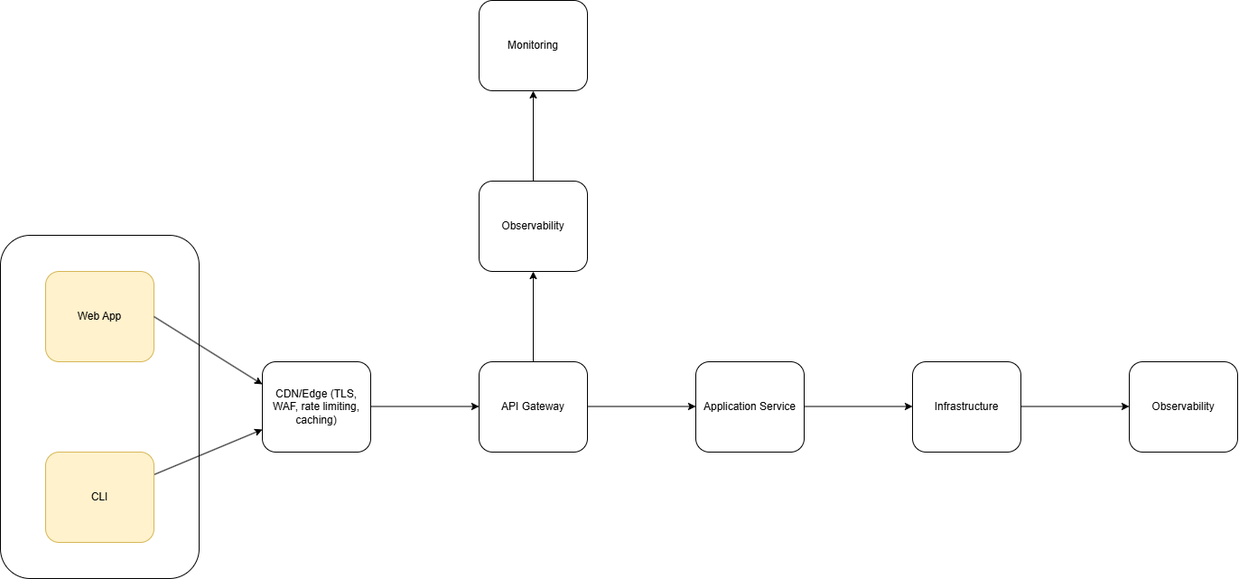
jsfmu/floor-decor-agent keeps this draw.io diagram as fnd-agent-local/docs/architecture/HLD/HLD.drawio.png. Above is the earlier version. Source tidied: cells renumbered, new cells last; positions are measured from the earlier drawing's top-left corner, leaving out a move shared by most shapes.
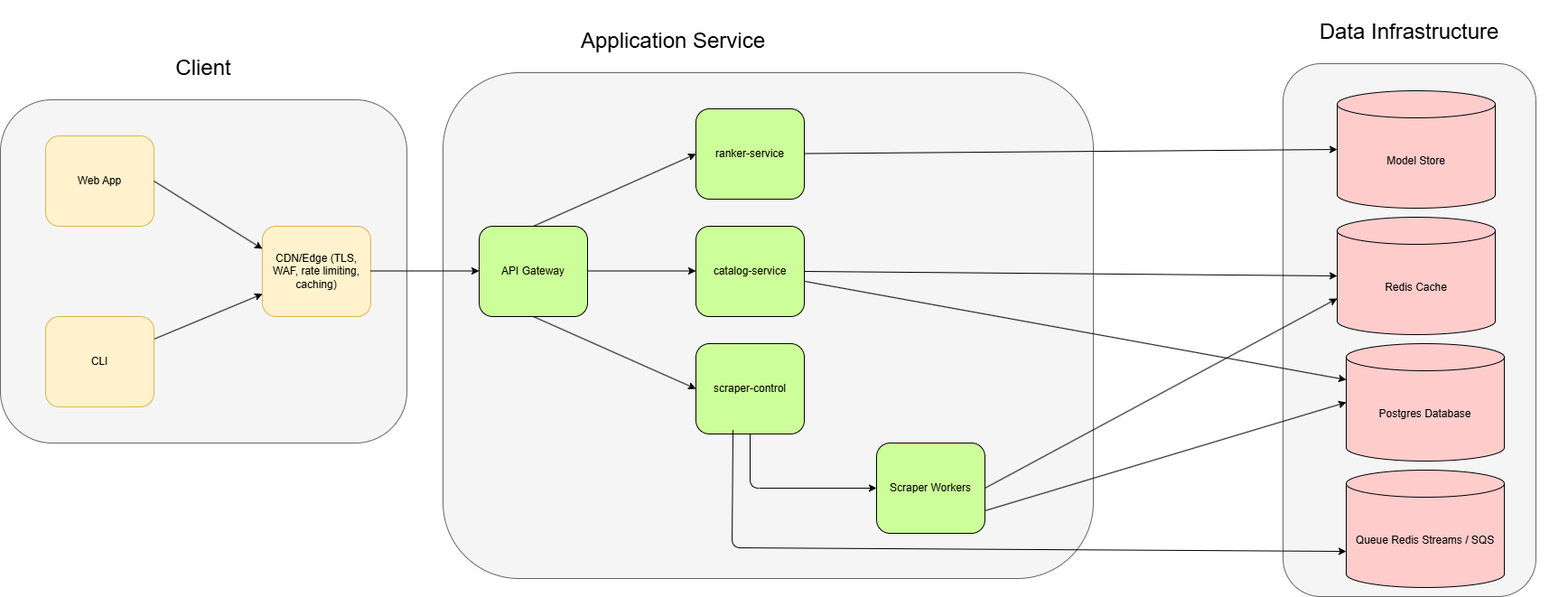
After the commit.

Commit message:
Updated HLD with proper Application Service and Data Infrastructure

What changed in the source:
```diff
@@ -2,8 +2,14 @@
   <root>
     <mxCell id="0" />
     <mxCell id="1" parent="0" />
+    <mxCell id="20" style="rounded=1;whiteSpace=wrap;html=1;fillColor=#f5f5f5;strokeColor=#666666;fontColor=#333333;" parent="1" vertex="1">
+      <mxGeometry x="1420" y="220" width="280" height="590" as="geometry" />
+    </mxCell>
+    <mxCell id="21" style="rounded=1;whiteSpace=wrap;html=1;fillColor=#f5f5f5;strokeColor=#666666;fontColor=#333333;" parent="1" vertex="1">
+      <mxGeometry x="490" y="230" width="720" height="560" as="geometry" />
+    </mxCell>
-    <mxCell id="2" style="rounded=1;whiteSpace=wrap;html=1;" parent="1" vertex="1">
-      <mxGeometry y="260" width="220" height="380" as="geometry" />
+    <mxCell id="2" style="rounded=1;whiteSpace=wrap;html=1;fillColor=#f5f5f5;strokeColor=#666666;fontColor=#333333;" parent="1" vertex="1">
+      <mxGeometry y="260" width="450" height="380" as="geometry" />
     </mxCell>
     <mxCell id="3" value="Web App" style="rounded=1;whiteSpace=wrap;html=1;fillColor=#fff2cc;strokeColor=#d6b656;" parent="1" vertex="1">
       <mxGeometry x="50" y="300" width="120" height="100" as="geometry" />
@@ -11,7 +17,7 @@
     <mxCell id="4" style="endArrow=classic;html=1;exitX=1;exitY=0.5;exitDx=0;exitDy=0;entryX=0;entryY=0.25;entryDx=0;entryDy=0;" parent="1" edge="1" source="3" target="5">
       <mxGeometry relative="1" as="geometry" />
     </mxCell>
-    <mxCell id="5" value="CDN/Edge (TLS, WAF, rate limiting, caching)" style="rounded=1;whiteSpace=wrap;html=1;" parent="1" vertex="1">
+    <mxCell id="5" value="CDN/Edge (TLS, WAF, rate limiting, caching)" style="rounded=1;whiteSpace=wrap;html=1;fillColor=#fff2cc;strokeColor=#d6b656;" parent="1" vertex="1">
       <mxGeometry x="290" y="400" width="120" height="100" as="geometry" />
     </mxCell>
     <mxCell id="6" style="endArrow=classic;html=1;exitX=1;exitY=0.5;exitDx=0;exitDy=0;" parent="1" edge="1">
@@ -20,7 +26,13 @@
         <mxPoint x="530" y="449.5" as="targetPoint" />
       </mxGeometry>
     </mxCell>
+    <mxCell id="22" style="edgeStyle=none;html=1;exitX=0.5;exitY=0;exitDx=0;exitDy=0;entryX=0;entryY=0.5;entryDx=0;entryDy=0;" parent="1" edge="1" source="7" target="27">
+      <mxGeometry relative="1" as="geometry" />
+    </mxCell>
+    <mxCell id="23" style="edgeStyle=none;html=1;exitX=0.5;exitY=1;exitDx=0;exitDy=0;entryX=0;entryY=0.5;entryDx=0;entryDy=0;" parent="1" edge="1" source="7" target="26">
+      <mxGeometry relative="1" as="geometry" />
+    </mxCell>
-    <mxCell id="7" value="API Gateway" style="rounded=1;whiteSpace=wrap;html=1;" parent="1" vertex="1">
+    <mxCell id="7" value="API Gateway" style="rounded=1;whiteSpace=wrap;html=1;fillColor=#CCFF99;" parent="1" vertex="1">
       <mxGeometry x="530" y="400" width="120" height="100" as="geometry" />
     </mxCell>
     <mxCell id="8" style="endArrow=classic;html=1;exitX=1;exitY=0.5;exitDx=0;exitDy=0;" parent="1" edge="1">
@@ -29,46 +41,74 @@
         <mxPoint x="770" y="449.5" as="targetPoint" />
       </mxGeometry>
     </mxCell>
-    <mxCell id="9" value="Application Service" style="rounded=1;whiteSpace=wrap;html=1;" parent="1" vertex="1">
+    <mxCell id="9" value="catalog-service" style="rounded=1;whiteSpace=wrap;html=1;fillColor=#CCFF99;" parent="1" vertex="1">
       <mxGeometry x="770" y="400" width="120" height="100" as="geometry" />
     </mxCell>
-    <mxCell id="10" style="endArrow=classic;html=1;exitX=1;exitY=0.5;exitDx=0;exitDy=0;" parent="1" edge="1">
-      <mxGeometry relative="1" as="geometry">
-        <mxPoint x="890" y="449.5" as="sourcePoint" />
-        <mxPoint x="1010" y="449.5" as="targetPoint" />
-      </mxGeometry>
-    </mxCell>
-    <mxCell id="11" value="Infrastructure" style="rounded=1;whiteSpace=wrap;html=1;" parent="1" vertex="1">
-      <mxGeometry x="1010" y="400" width="120" height="100" as="geometry" />
-    </mxCell>
-    <mxCell id="12" style="endArrow=classic;html=1;exitX=1;exitY=0.5;exitDx=0;exitDy=0;" parent="1" edge="1">
-      <mxGeometry relative="1" as="geometry">
-        <mxPoint x="1130" y="449.5" as="sourcePoint" />
-        <mxPoint x="1250" y="449.5" as="targetPoint" />
-      </mxGeometry>
-    </mxCell>
-    <mxCell id="13" value="Observability" style="rounded=1;whiteSpace=wrap;html=1;" parent="1" vertex="1">
-      <mxGeometry x="1250" y="400" width="120" height="100" as="geometry" />
-    </mxCell>
-    <mxCell id="14" style="endArrow=classic;html=1;exitX=0.5;exitY=0;exitDx=0;exitDy=0;entryX=0.5;entryY=1;entryDx=0;entryDy=0;" parent="1" edge="1" source="7" target="15">
-      <mxGeometry relative="1" as="geometry" />
-    </mxCell>
-    <mxCell id="15" value="Observability" style="rounded=1;whiteSpace=wrap;html=1;" parent="1" vertex="1">
-      <mxGeometry x="530" y="200" width="120" height="100" as="geometry" />
-    </mxCell>
-    <mxCell id="16" style="endArrow=classic;html=1;exitX=0.5;exitY=0;exitDx=0;exitDy=0;entryX=0.5;entryY=1;entryDx=0;entryDy=0;" parent="1" edge="1" target="17">
-      <mxGeometry relative="1" as="geometry">
-        <mxPoint x="590" y="200" as="sourcePoint" />
-      </mxGeometry>
-    </mxCell>
-    <mxCell id="17" value="Monitoring" style="rounded=1;whiteSpace=wrap;html=1;" parent="1" vertex="1">
-      <mxGeometry x="530" width="120" height="100" as="geometry" />
-    </mxCell>
     <mxCell id="18" style="edgeStyle=none;html=1;entryX=0;entryY=0.75;entryDx=0;entryDy=0;" parent="1" edge="1" source="19" target="5">
       <mxGeometry relative="1" as="geometry" />
     </mxCell>
     <mxCell id="19" value="CLI" style="rounded=1;whiteSpace=wrap;html=1;fillColor=#fff2cc;strokeColor=#d6b656;" parent="1" vertex="1">
       <mxGeometry x="50" y="500" width="120" height="100" as="geometry" />
     </mxCell>
+    <mxCell id="24" value="&lt;font style=&quot;font-size: 24px;&quot;&gt;Client&lt;/font&gt;" style="text;html=1;align=center;verticalAlign=middle;whiteSpace=wrap;rounded=0;" parent="1" vertex="1">
+      <mxGeometry x="50" y="190" width="350" height="70" as="geometry" />
+    </mxCell>
+    <mxCell id="25" style="edgeStyle=none;html=1;exitX=0.5;exitY=1;exitDx=0;exitDy=0;entryX=0;entryY=0.5;entryDx=0;entryDy=0;" parent="1" edge="1" source="26" target="28">
+      <mxGeometry relative="1" as="geometry">
+        <Array as="points">
+          <mxPoint x="830" y="690" />
+        </Array>
+      </mxGeometry>
+    </mxCell>
+    <mxCell id="26" value="scraper-control" style="rounded=1;whiteSpace=wrap;html=1;fillColor=#CCFF99;" parent="1" vertex="1">
+      <mxGeometry x="770" y="530" width="120" height="100" as="geometry" />
+    </mxCell>
+    <mxCell id="27" value="ranker-service" style="rounded=1;whiteSpace=wrap;html=1;fillColor=#CCFF99;" parent="1" vertex="1">
+      <mxGeometry x="770" y="270" width="120" height="100" as="geometry" />
+    </mxCell>
+    <mxCell id="28" value="Scraper Workers" style="rounded=1;whiteSpace=wrap;html=1;fillColor=#CCFF99;" parent="1" vertex="1">
+      <mxGeometry x="970" y="640" width="120" height="100" as="geometry" />
+    </mxCell>
+    <mxCell id="29" value="&lt;span style=&quot;font-size: 24px;&quot;&gt;Application Service&lt;/span&gt;" style="text;html=1;align=center;verticalAlign=middle;whiteSpace=wrap;rounded=0;" parent="1" vertex="1">
+      <mxGeometry x="570" y="160" width="350" height="70" as="geometry" />
+    </mxCell>
+    <mxCell id="30" value="Model Store" style="shape=cylinder3;whiteSpace=wrap;html=1;boundedLbl=1;backgroundOutline=1;size=15;fillColor=#FFCCCC;" parent="1" vertex="1">
+      <mxGeometry x="1480" y="250" width="175" height="130" as="geometry" />
+    </mxCell>
+    <mxCell id="31" value="Redis Cache" style="shape=cylinder3;whiteSpace=wrap;html=1;boundedLbl=1;backgroundOutline=1;size=15;fillColor=#FFCCCC;" parent="1" vertex="1">
+      <mxGeometry x="1480" y="390" width="175" height="130" as="geometry" />
+    </mxCell>
+    <mxCell id="32" value="Postgres Database" style="shape=cylinder3;whiteSpace=wrap;html=1;boundedLbl=1;backgroundOutline=1;size=15;fillColor=#FFCCCC;" parent="1" vertex="1">
+      <mxGeometry x="1490" y="530" width="175" height="130" as="geometry" />
+    </mxCell>
+    <mxCell id="33" value="Queue Redis Streams / SQS" style="shape=cylinder3;whiteSpace=wrap;html=1;boundedLbl=1;backgroundOutline=1;size=15;fillColor=#FFCCCC;" parent="1" vertex="1">
+      <mxGeometry x="1490" y="670" width="175" height="130" as="geometry" />
+    </mxCell>
+    <mxCell id="34" style="edgeStyle=none;html=1;entryX=0;entryY=0.5;entryDx=0;entryDy=0;entryPerimeter=0;" parent="1" edge="1" source="27" target="30">
+      <mxGeometry relative="1" as="geometry" />
+    </mxCell>
+    <mxCell id="35" style="edgeStyle=none;html=1;exitX=1;exitY=0.5;exitDx=0;exitDy=0;entryX=0;entryY=0.5;entryDx=0;entryDy=0;entryPerimeter=0;" parent="1" edge="1" source="9" target="31">
+      <mxGeometry relative="1" as="geometry" />
+    </mxCell>
+    <mxCell id="36" style="edgeStyle=none;html=1;exitX=1;exitY=0.5;exitDx=0;exitDy=0;entryX=0;entryY=0;entryDx=0;entryDy=90;entryPerimeter=0;" parent="1" edge="1" source="28" target="31">
+      <mxGeometry relative="1" as="geometry" />
+    </mxCell>
+    <mxCell id="37" style="edgeStyle=none;html=1;entryX=0;entryY=0;entryDx=0;entryDy=90;entryPerimeter=0;exitX=0.342;exitY=0.997;exitDx=0;exitDy=0;exitPerimeter=0;" parent="1" edge="1" target="33">
+      <mxGeometry relative="1" as="geometry">
+        <mxPoint x="811" y="625.7" as="sourcePoint" />
+        <Array as="points">
+          <mxPoint x="810" y="756" />
+        </Array>
+      </mxGeometry>
+    </mxCell>
+    <mxCell id="38" style="edgeStyle=none;html=1;entryX=0;entryY=0;entryDx=0;entryDy=40;entryPerimeter=0;" parent="1" edge="1" source="9" target="32">
+      <mxGeometry relative="1" as="geometry" />
+    </mxCell>
+    <mxCell id="39" style="edgeStyle=none;html=1;entryX=0;entryY=0.5;entryDx=0;entryDy=0;entryPerimeter=0;exitX=1;exitY=0.75;exitDx=0;exitDy=0;" parent="1" edge="1" source="28" target="32">
+      <mxGeometry relative="1" as="geometry" />
+    </mxCell>
+    <mxCell id="40" value="&lt;span style=&quot;font-size: 24px;&quot;&gt;Data Infrastructure&lt;/span&gt;" style="text;html=1;align=center;verticalAlign=middle;whiteSpace=wrap;rounded=0;" parent="1" vertex="1">
+      <mxGeometry x="1385" y="150" width="350" height="70" as="geometry" />
+    </mxCell>
   </root>
 </mxGraphModel>
```
